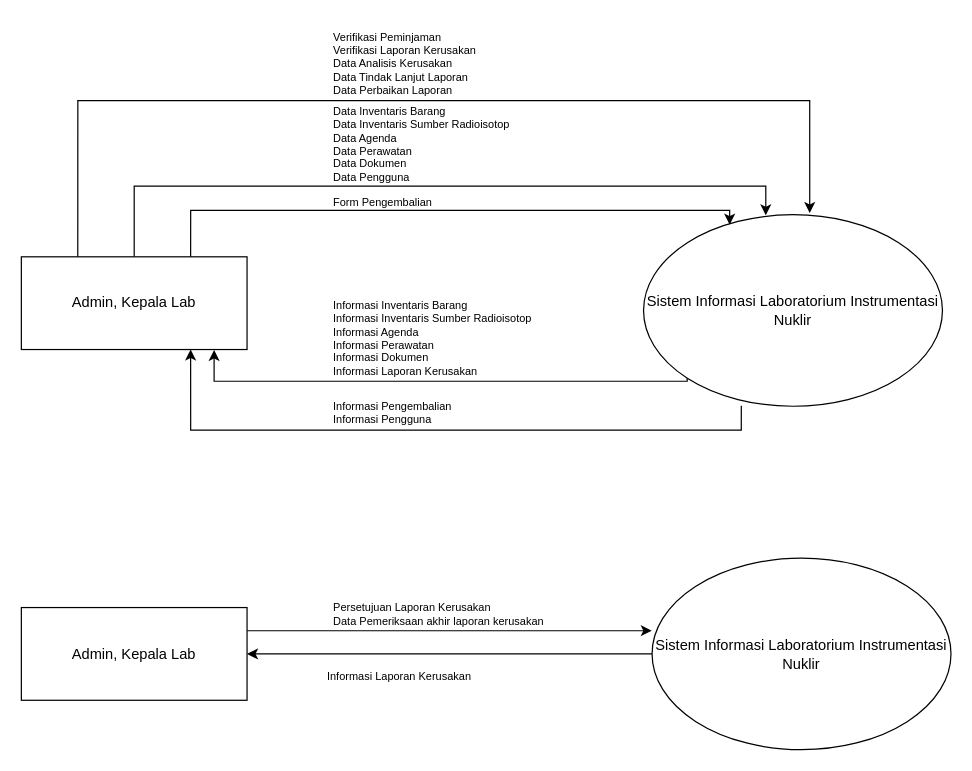
bomsiwor/wor-resolusi keeps this draw.io diagram as page "Context - admin" (2 of 6) of DFD.drawio. Above is the earlier version. Source tidied: cells renumbered, new cells numbered last; positions are measured from the earlier drawing's top-left corner, leaving out a move shared by most shapes. Both pictures are drawn from the tidied source at 122%, with x=0, y=0 at pixel (21, 21).
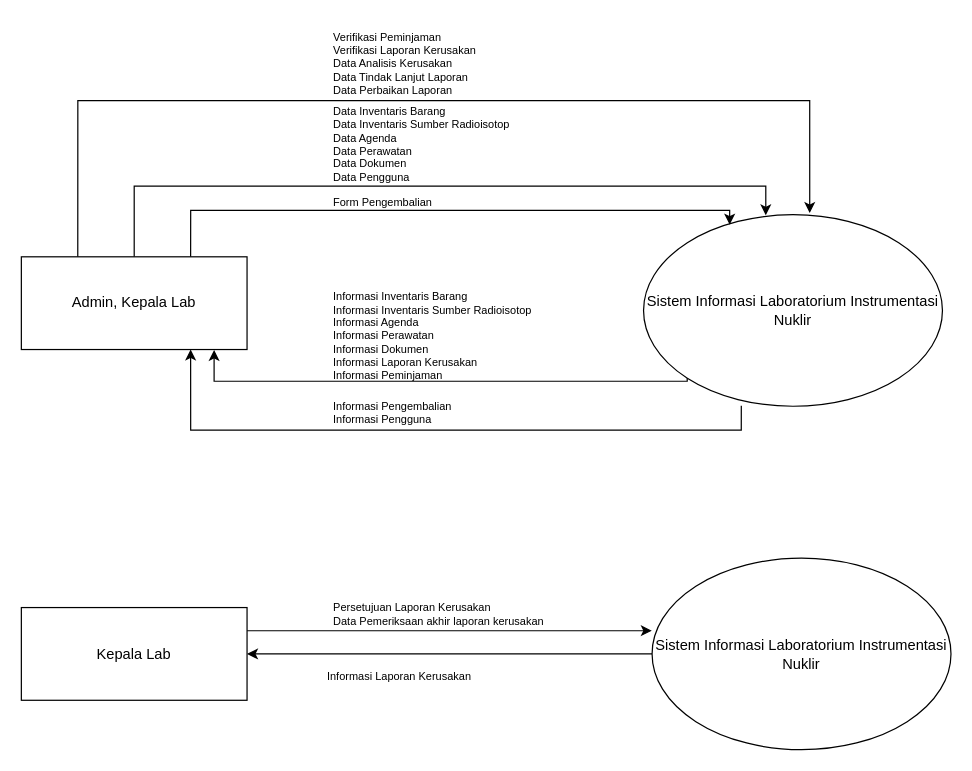
Above is the later version.

Diff of the diagram source:
```diff
@@
-    <mxCell id="16" value="Admin, Kepala Lab" style="rounded=0;whiteSpace=wrap;html=1;" parent="1" vertex="1">
+    <mxCell id="16" value="Kepala Lab" style="rounded=0;whiteSpace=wrap;html=1;" parent="1" vertex="1">
       <mxGeometry y="480.5" width="185" height="76" as="geometry" />
     </mxCell>
-    <mxCell id="17" value="Informasi Inventaris Barang&lt;br&gt;Informasi Inventaris Sumber Radioisotop&lt;br&gt;Informasi Agenda&lt;br&gt;Informasi Perawatan&lt;br&gt;Informasi Dokumen&lt;br&gt;Informasi Laporan Kerusakan" style="text;html=1;align=left;verticalAlign=middle;strokeColor=none;fillColor=none;fontSize=9;" parent="1" vertex="1">
-      <mxGeometry x="254" y="220" width="190" height="80" as="geometry" />
+    <mxCell id="17" value="Informasi Inventaris Barang&lt;br&gt;Informasi Inventaris Sumber Radioisotop&lt;br&gt;Informasi Agenda&lt;br&gt;Informasi Perawatan&lt;br&gt;Informasi Dokumen&lt;br&gt;Informasi Laporan Kerusakan&lt;br&gt;Informasi Peminjaman" style="text;html=1;align=left;verticalAlign=middle;strokeColor=none;fillColor=none;fontSize=9;" parent="1" vertex="1">
+      <mxGeometry x="254" y="213" width="190" height="90" as="geometry" />
     </mxCell>
```
